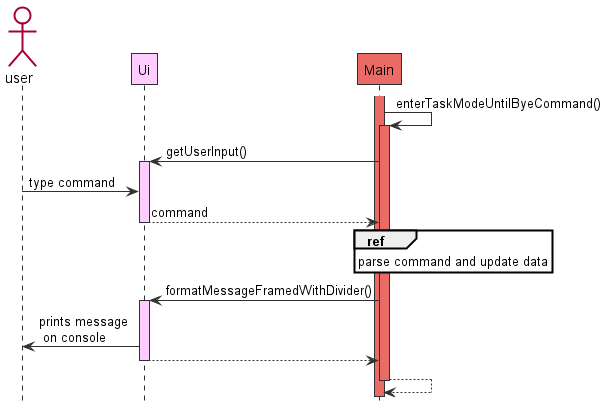
This is docs/images/UiSequenceDiagram.png from tryyang2001/tp, a PlantUML export, as it was before one commit.
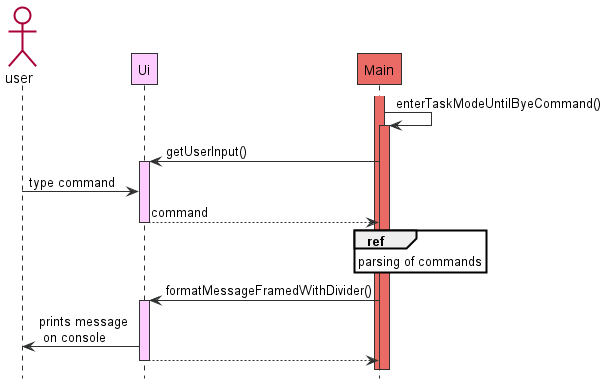
The same file after the commit.

Commit message:
Modify Ui sequence diagram and DG

Diff of the diagram source:
```diff
@@ -10,11 +10,11 @@
 user -> ui : type command
 ui --> main -- :     command
 ref over main
-parse command and update data
+parsing of commands
 end
 main -> ui ++ UI_COLOUR: formatMessageFramedWithDivider()
 ui -> user : prints message \n on console
 ui --> main --
-main --> main --
+
 
 @enduml
```
